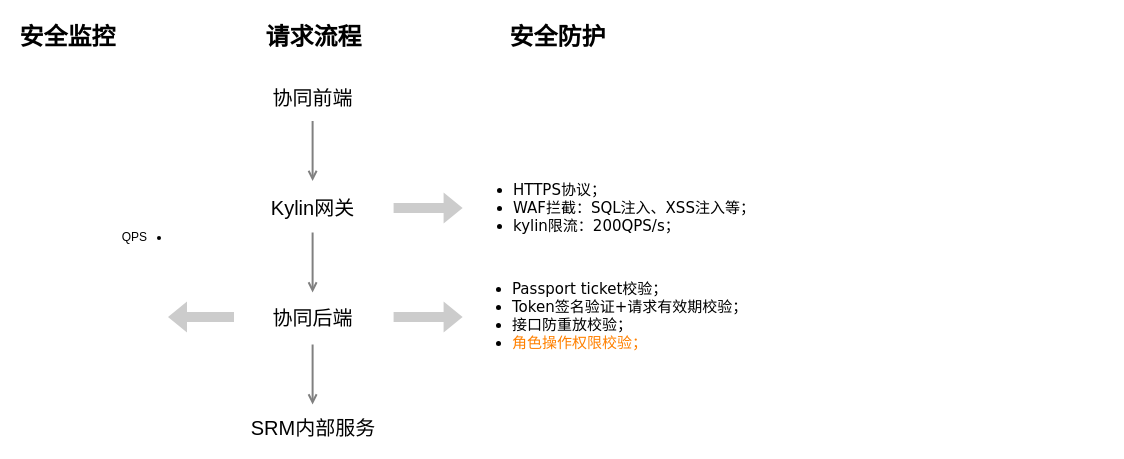
This is 外网安全梳理.drawio from S0Louis/drowio, a draw.io file, before an edit. Source tidied: cells renumbered, new cells numbered last; positions are measured from the earlier drawing's top-left corner, leaving out a move shared by most shapes. Both pictures are drawn from the tidied source at 100%, with x=0, y=0 at pixel (17, 17).
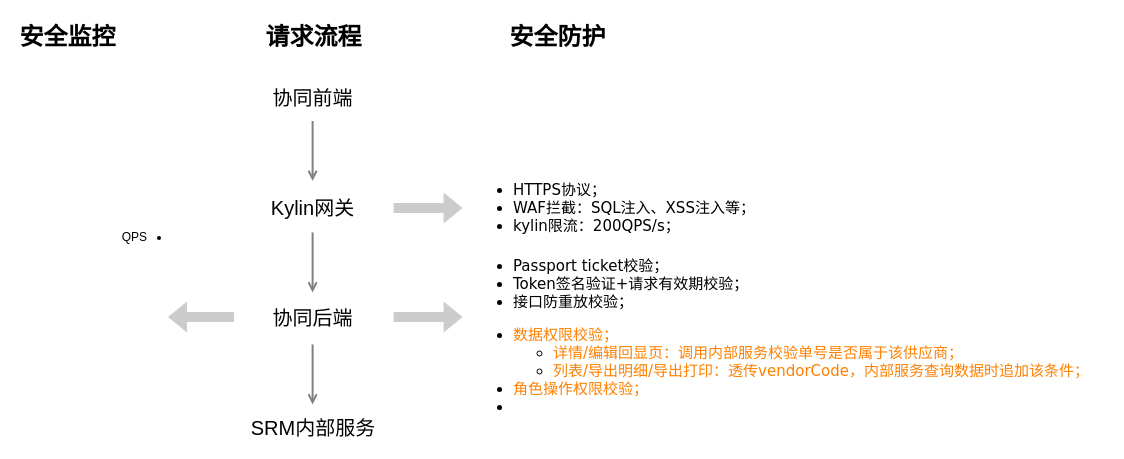
The same diagram, later.

Commit message:
更新外网安全梳理.drawio

Change to the diagram source:
```diff
@@
-    <mxCell id="14" value="&lt;ul&gt;&lt;li&gt;Passport ticket校验；&lt;/li&gt;&lt;li&gt;Token签名验证+请求有效期校验；&lt;/li&gt;&lt;li&gt;接口防重放校验；&lt;/li&gt;&lt;li&gt;&lt;font style=&quot;color: rgb(255, 128, 0);&quot;&gt;角色操作权限校验；&lt;/font&gt;&lt;/li&gt;&lt;/ul&gt;" style="text;html=1;whiteSpace=wrap;strokeColor=none;fillColor=none;align=left;verticalAlign=middle;rounded=0;fontSize=15;spacingTop=0;spacingBottom=1;fontFamily=Verdana;spacingLeft=-1;" parent="1" vertex="1">
-      <mxGeometry x="454.3" y="240.5" width="325.7" height="115" as="geometry" />
+    <mxCell id="14" value="&lt;ul&gt;&lt;li&gt;Passport ticket校验；&lt;/li&gt;&lt;li&gt;Token签名验证+请求有效期校验；&lt;/li&gt;&lt;li&gt;接口防重放校验；&lt;/li&gt;&lt;/ul&gt;&lt;ul&gt;&lt;li&gt;&lt;font color=&quot;#ff8000&quot;&gt;数据权限校验；&lt;/font&gt;&lt;/li&gt;&lt;ul&gt;&lt;li&gt;&lt;font color=&quot;#ff8000&quot;&gt;详情/编辑回显页：调用内部服务校验单号是否属于该供应商；&lt;/font&gt;&lt;/li&gt;&lt;li&gt;&lt;font color=&quot;#ff8000&quot;&gt;列表/导出明细/导出打印：透传vendorCode，内部服务查询数据时追加该条件；&lt;/font&gt;&lt;/li&gt;&lt;/ul&gt;&lt;li&gt;&lt;font style=&quot;color: rgb(255, 128, 0);&quot;&gt;角色操作权限校验；&lt;/font&gt;&lt;/li&gt;&lt;li&gt;&lt;font style=&quot;color: rgb(255, 128, 0);&quot;&gt;&lt;br&gt;&lt;/font&gt;&lt;/li&gt;&lt;/ul&gt;" style="text;html=1;whiteSpace=wrap;strokeColor=none;fillColor=none;align=left;verticalAlign=middle;rounded=0;fontSize=15;spacingTop=0;spacingBottom=1;fontFamily=Verdana;spacingLeft=-1;" parent="1" vertex="1">
+      <mxGeometry x="454.6" y="230" width="635.4" height="179.5" as="geometry" />
     </mxCell>
```
